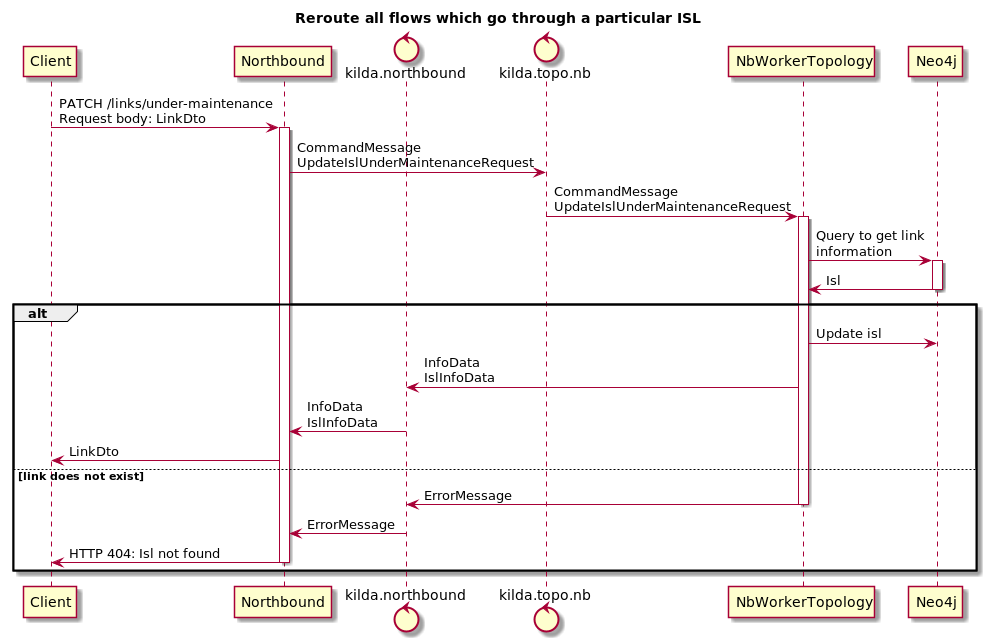
The PlantUML diagram docs/design/usecase/link-update-under-maintenance.png in telstra/open-kilda, before a commit. Its diagram source:
```plantuml
@startuml
title Reroute all flows which go through a particular ISL

participant Client

participant Northbound

control kilda.northbound
control kilda.topo.nb

participant NbWorkerTopology

participant Neo4j

Client -> Northbound : PATCH /links/under-maintenance\nRequest body: LinkDto

activate Northbound
Northbound -> kilda.topo.nb : CommandMessage\nUpdateIslUnderMaintenanceRequest
kilda.topo.nb -> NbWorkerTopology : CommandMessage\nUpdateIslUnderMaintenanceRequest
activate NbWorkerTopology

NbWorkerTopology -> Neo4j : Query to get link\ninformation
activate Neo4j
Neo4j -> NbWorkerTopology : Isl
deactivate Neo4j

alt

NbWorkerTopology -> Neo4j : Update isl
NbWorkerTopology -> kilda.northbound : InfoData\nIslInfoData
kilda.northbound -> Northbound : InfoData\nIslInfoData
Northbound -> Client : LinkDto

else link does not exist

NbWorkerTopology -> kilda.northbound : ErrorMessage
deactivate NbWorkerTopology
kilda.northbound -> Northbound : ErrorMessage
Northbound -> Client : HTTP 404: Isl not found
deactivate Northbound
end

@enduml
```
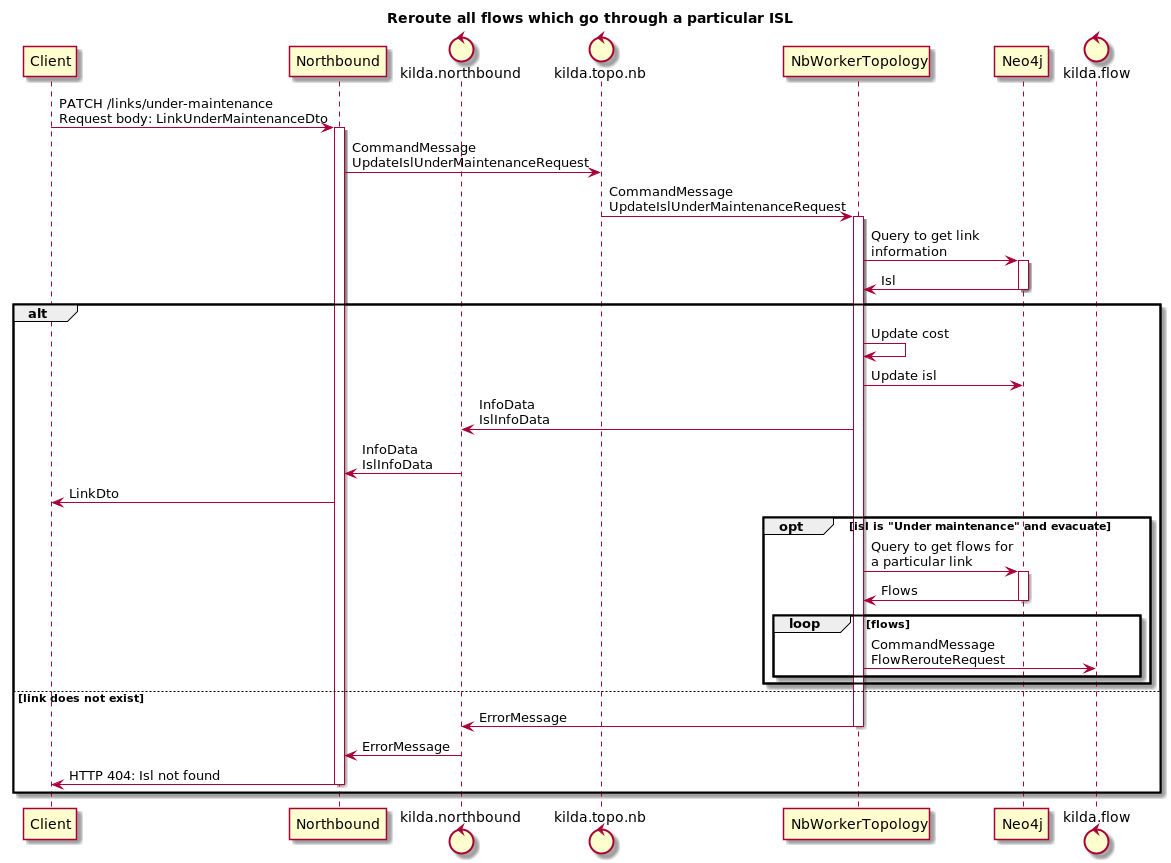
The same file after the commit.

Change to the diagram source:
```diff
@@ -12,7 +12,9 @@
 
 participant Neo4j
 
-Client -> Northbound : PATCH /links/under-maintenance\nRequest body: LinkDto
+control kilda.flow
+
+Client -> Northbound : PATCH /links/under-maintenance\nRequest body: LinkUnderMaintenanceDto
 
 activate Northbound
 Northbound -> kilda.topo.nb : CommandMessage\nUpdateIslUnderMaintenanceRequest
@@ -26,10 +28,21 @@
 
 alt
 
+NbWorkerTopology -> NbWorkerTopology : Update cost
 NbWorkerTopology -> Neo4j : Update isl
 NbWorkerTopology -> kilda.northbound : InfoData\nIslInfoData
 kilda.northbound -> Northbound : InfoData\nIslInfoData
 Northbound -> Client : LinkDto
+
+opt isl is "Under maintenance" and evacuate
+NbWorkerTopology -> Neo4j : Query to get flows for\na particular link
+activate Neo4j
+Neo4j -> NbWorkerTopology : Flows
+deactivate Neo4j
+loop flows
+    NbWorkerTopology -> kilda.flow : CommandMessage\nFlowRerouteRequest
+end
+end
 
 else link does not exist
 
```
